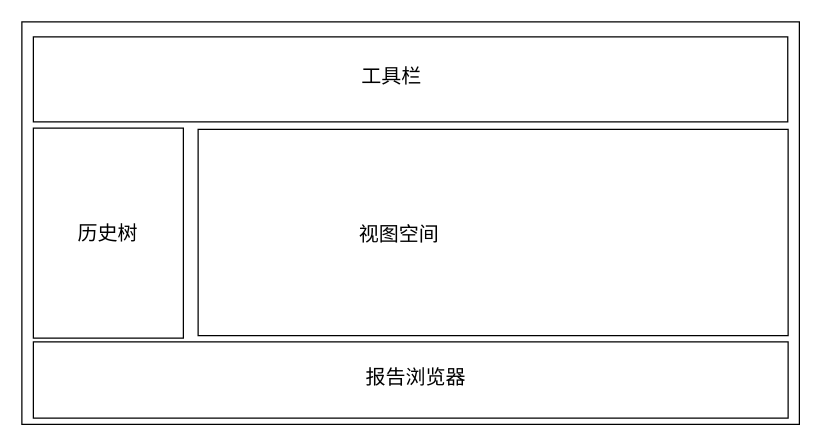
Before: 未命名绘图.drawio in liuhuliuhu123/First-test, a draw.io diagram. Source tidied: cells renumbered, new cells numbered last; positions are measured from the earlier drawing's top-left corner, leaving out a move shared by most shapes. Both pictures are drawn from the tidied source at 125%, with x=0, y=0 at pixel (21, 21).
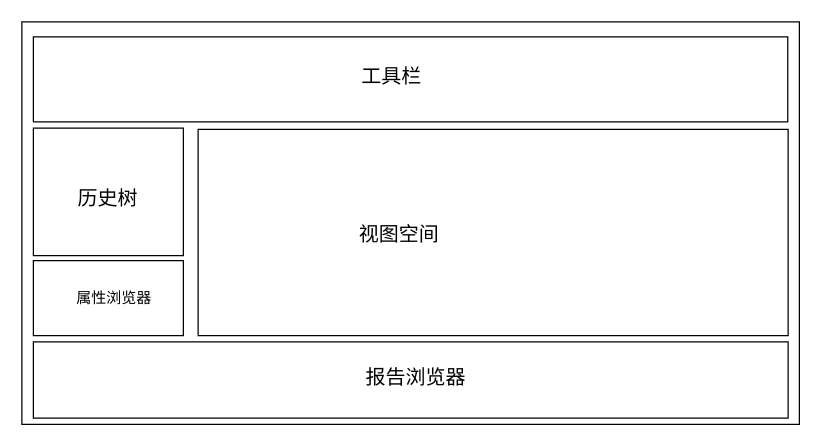
After the change.

Commit message:
更新未命名绘图.drawio

Change to the diagram source:
```diff
@@
 <mxGraphModel>
   <root>
     <mxCell id="0" />
     <mxCell id="1" parent="0" />
     <mxCell id="2" style="rounded=0;whiteSpace=wrap;html=1;fontSize=16;" parent="1" vertex="1">
       <mxGeometry width="622" height="322" as="geometry" />
     </mxCell>
     <mxCell id="3" style="rounded=0;whiteSpace=wrap;html=1;fontSize=16;" parent="1" vertex="1">
       <mxGeometry x="9.2" y="12" width="603.5" height="68" as="geometry" />
     </mxCell>
     <mxCell id="4" value="工具栏" style="text;html=1;strokeColor=none;fillColor=none;align=center;verticalAlign=middle;whiteSpace=wrap;rounded=0;fontSize=16;" parent="1" vertex="1">
       <mxGeometry x="266" y="28" width="60" height="30" as="geometry" />
     </mxCell>
     <mxCell id="5" style="rounded=0;whiteSpace=wrap;html=1;fontSize=16;" parent="1" vertex="1">
-      <mxGeometry x="9.2" y="85" width="120" height="168" as="geometry" />
+      <mxGeometry x="9.2" y="85" width="120" height="102" as="geometry" />
     </mxCell>
     <mxCell id="6" style="rounded=0;whiteSpace=wrap;html=1;fontSize=16;" parent="1" vertex="1">
       <mxGeometry x="9.2" y="256" width="603.8" height="61" as="geometry" />
     </mxCell>
     <mxCell id="7" style="rounded=0;whiteSpace=wrap;html=1;fontSize=16;" parent="1" vertex="1">
       <mxGeometry x="141" y="86" width="472" height="165" as="geometry" />
     </mxCell>
     <mxCell id="8" value="视图空间" style="text;html=1;strokeColor=none;fillColor=none;align=center;verticalAlign=middle;whiteSpace=wrap;rounded=0;fontSize=16;" parent="1" vertex="1">
       <mxGeometry x="251" y="156" width="102" height="28" as="geometry" />
     </mxCell>
     <mxCell id="9" value="历史树" style="text;html=1;strokeColor=none;fillColor=none;align=center;verticalAlign=middle;whiteSpace=wrap;rounded=0;fontSize=16;" parent="1" vertex="1">
-      <mxGeometry x="39" y="154" width="60" height="30" as="geometry" />
+      <mxGeometry x="39.2" y="126" width="60" height="30" as="geometry" />
     </mxCell>
     <mxCell id="10" value="报告浏览器" style="text;html=1;strokeColor=none;fillColor=none;align=center;verticalAlign=middle;whiteSpace=wrap;rounded=0;fontSize=16;" parent="1" vertex="1">
       <mxGeometry x="266" y="270" width="99" height="28" as="geometry" />
     </mxCell>
+    <mxCell id="11" style="rounded=0;whiteSpace=wrap;html=1;" parent="1" vertex="1">
+      <mxGeometry x="9.2" y="191" width="120" height="60" as="geometry" />
+    </mxCell>
+    <mxCell id="12" value="属性浏览器" style="text;html=1;strokeColor=none;fillColor=none;align=center;verticalAlign=middle;whiteSpace=wrap;rounded=0;" parent="1" vertex="1">
+      <mxGeometry x="39.2" y="210.5" width="70" height="21" as="geometry" />
+    </mxCell>
   </root>
 </mxGraphModel>
```
